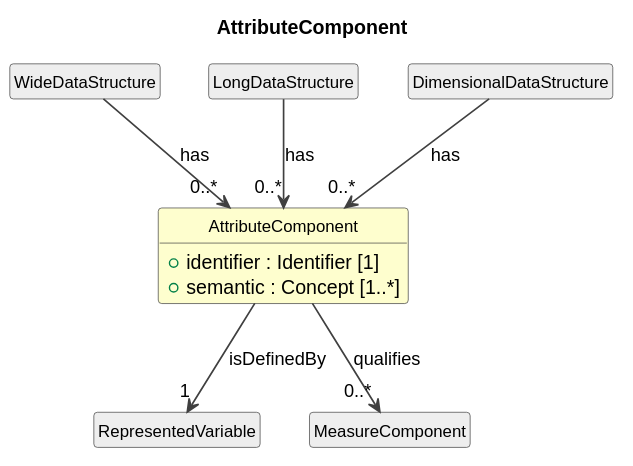
Before: cdif-uml-model/_plantuml/cdifDataStructure/Classes/AttributeComponent.svg, a diagram exported from PlantUML (Cross-Domain-Interoperability-Framework/metadataBuildingBlocks).
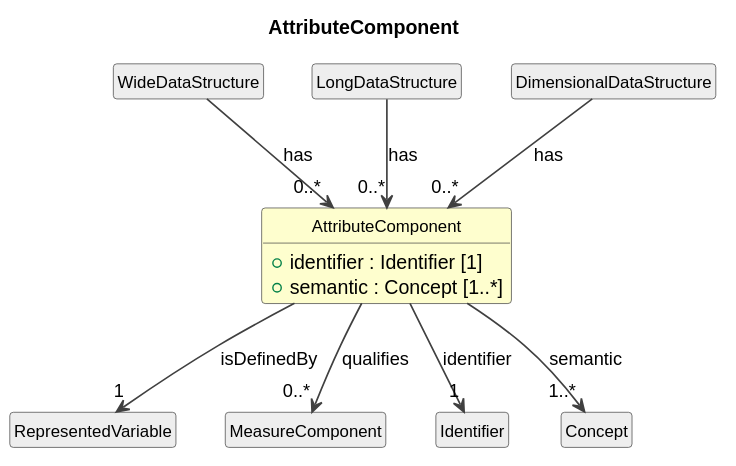
After the commit.

The edit, as a diff of the source:
```diff
@@ -24,4 +24,8 @@
 AttributeComponent --> "1" RepresentedVariable : isDefinedBy
 class "MeasureComponent" as MeasureComponent #EEEEEE
 AttributeComponent --> "0..*" MeasureComponent : qualifies
+class "Identifier" as Identifier #EEEEEE
+AttributeComponent --> "1" Identifier : identifier
+class "Concept" as Concept #EEEEEE
+AttributeComponent --> "1..*" Concept : semantic
 @enduml
```
